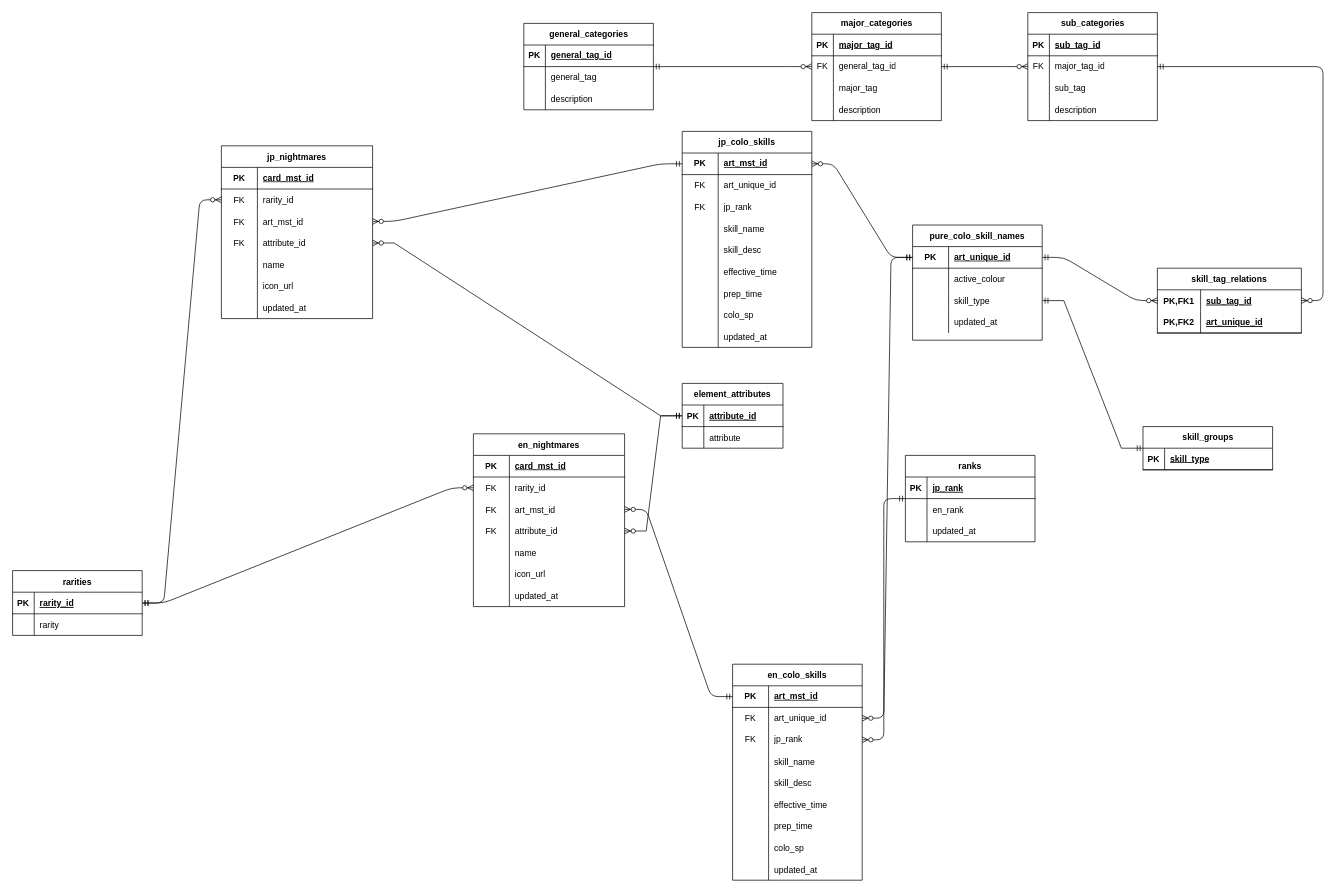
This is database/SINoALICE Nightmare Database(2).drawio from Anomalous-Sentiment/sinoalice-nightmare-sequencer, a draw.io file, before an edit. Source tidied: cells renumbered, new cells numbered last; positions are measured from the earlier drawing's top-left corner, leaving out a move shared by most shapes. Both pictures are drawn from the tidied source at 72%, with x=0, y=0 at pixel (12, 12).
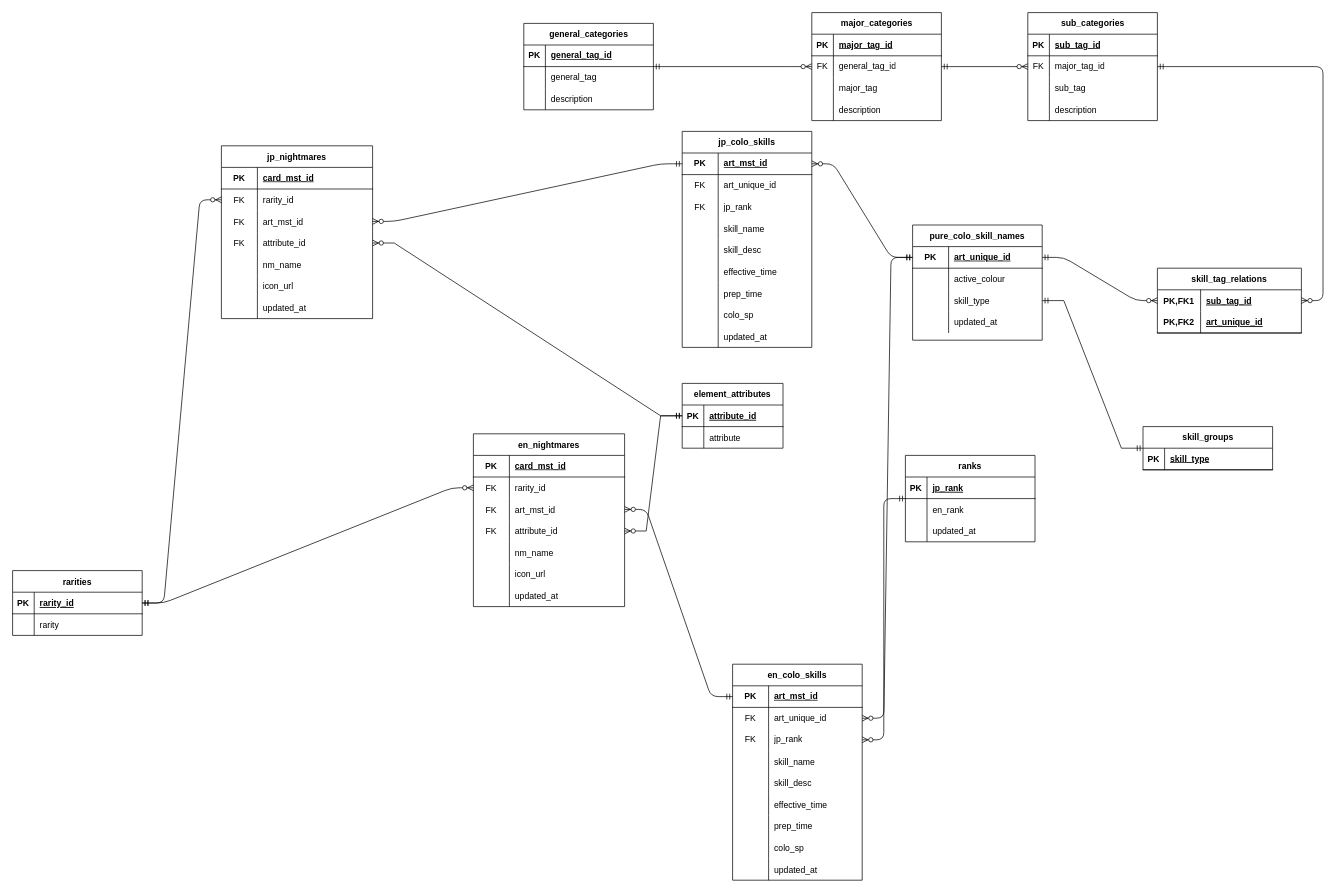
After the change.

Commit message:
Fixed table column mismatched names

The change refers to these unchanged cells:
```xml
<mxCell id="43" style="shape=tableRow;horizontal=0;startSize=0;swimlaneHead=0;swimlaneBody=0;fillColor=none;top=0;left=0;right=0;bottom=0;" parent="30" vertex="1">
  <mxGeometry y="150" width="210" height="30" as="geometry" />
</mxCell>
<mxCell id="187" style="shape=tableRow;horizontal=0;startSize=0;swimlaneHead=0;swimlaneBody=0;fillColor=none;top=0;left=0;right=0;bottom=0;" parent="174" vertex="1">
  <mxGeometry y="150" width="210" height="30" as="geometry" />
</mxCell>
```

Diff of the diagram source:
```diff
@@
-    <mxCell id="45" value="name" style="shape=partialRectangle;fillColor=none;top=0;left=0;bottom=0;right=0;align=left;spacingLeft=6;overflow=hidden;" parent="43" vertex="1">
+    <mxCell id="45" value="nm_name" style="shape=partialRectangle;fillColor=none;top=0;left=0;bottom=0;right=0;align=left;spacingLeft=6;overflow=hidden;" parent="43" vertex="1">
       <mxGeometry x="50" width="160" height="30" as="geometry" />
     </mxCell>
@@
-    <mxCell id="189" value="name" style="shape=partialRectangle;fillColor=none;top=0;left=0;bottom=0;right=0;align=left;spacingLeft=6;overflow=hidden;" parent="187" vertex="1">
+    <mxCell id="189" value="nm_name" style="shape=partialRectangle;fillColor=none;top=0;left=0;bottom=0;right=0;align=left;spacingLeft=6;overflow=hidden;" parent="187" vertex="1">
       <mxGeometry x="50" width="160" height="30" as="geometry" />
     </mxCell>
```
